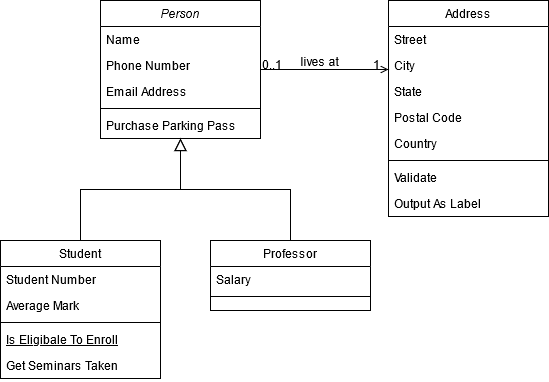
Earlier version of the draw.io export Untitled Diagram.png (chiefchiefon/OODPE). Source tidied: cells renumbered, new cells last; positions are measured from the earlier drawing's top-left corner, leaving out a move shared by most shapes.
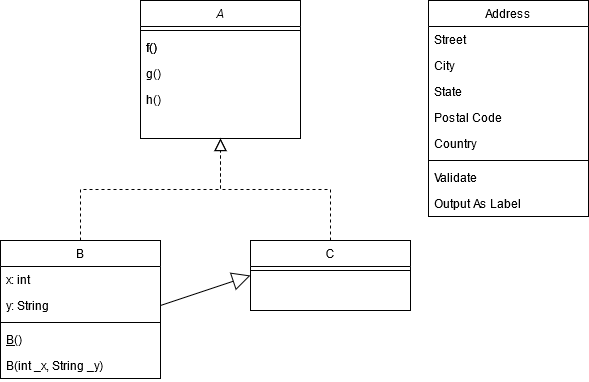
The same diagram one commit later.

Change to the diagram source:
```diff
@@ -2,55 +2,49 @@
   <root>
     <mxCell id="0" />
     <mxCell id="1" parent="0" />
-    <mxCell id="2" value="Person" style="swimlane;fontStyle=2;align=center;verticalAlign=top;horizontal=1;startSize=26;rounded=0;shadow=0;strokeWidth=1;" parent="1" vertex="1">
+    <mxCell id="2" value="A" style="swimlane;fontStyle=2;align=center;verticalAlign=top;horizontal=1;startSize=26;rounded=0;shadow=0;strokeWidth=1;" parent="1" vertex="1">
       <mxGeometry x="100" width="160" height="138" as="geometry" />
     </mxCell>
-    <mxCell id="3" value="Name" style="text;align=left;verticalAlign=top;spacingLeft=4;spacingRight=4;overflow=hidden;" parent="2" vertex="1">
-      <mxGeometry y="26" width="160" height="26" as="geometry" />
-    </mxCell>
-    <mxCell id="4" value="Phone Number" style="text;align=left;verticalAlign=top;spacingLeft=4;spacingRight=4;overflow=hidden;rounded=0;shadow=0;html=0;" parent="2" vertex="1">
-      <mxGeometry y="52" width="160" height="26" as="geometry" />
-    </mxCell>
-    <mxCell id="5" value="Email Address" style="text;align=left;verticalAlign=top;spacingLeft=4;spacingRight=4;overflow=hidden;rounded=0;shadow=0;html=0;" parent="2" vertex="1">
-      <mxGeometry y="78" width="160" height="26" as="geometry" />
-    </mxCell>
     <mxCell id="6" style="line;html=1;strokeWidth=1;align=left;verticalAlign=middle;spacingTop=-1;spacingLeft=3;spacingRight=3;labelPosition=right;" parent="2" vertex="1">
-      <mxGeometry y="104" width="160" height="8" as="geometry" />
+      <mxGeometry y="26" width="160" height="8" as="geometry" />
     </mxCell>
-    <mxCell id="7" value="Purchase Parking Pass" style="text;align=left;verticalAlign=top;spacingLeft=4;spacingRight=4;overflow=hidden;" parent="2" vertex="1">
-      <mxGeometry y="112" width="160" height="26" as="geometry" />
+    <mxCell id="7" value="f()" style="text;align=left;verticalAlign=top;spacingLeft=4;spacingRight=4;overflow=hidden;" parent="2" vertex="1">
+      <mxGeometry y="34" width="160" height="26" as="geometry" />
     </mxCell>
+    <mxCell id="32" value="g()" style="text;align=left;verticalAlign=top;spacingLeft=4;spacingRight=4;overflow=hidden;" parent="2" vertex="1">
+      <mxGeometry y="60" width="160" height="26" as="geometry" />
+    </mxCell>
+    <mxCell id="33" value="h()" style="text;align=left;verticalAlign=top;spacingLeft=4;spacingRight=4;overflow=hidden;" parent="2" vertex="1">
+      <mxGeometry y="86" width="160" height="26" as="geometry" />
+    </mxCell>
-    <mxCell id="8" value="Student" style="swimlane;fontStyle=0;align=center;verticalAlign=top;horizontal=1;startSize=26;rounded=0;shadow=0;strokeWidth=1;" parent="1" vertex="1">
-      <mxGeometry y="240" width="160" height="138" as="geometry" />
+    <mxCell id="8" value="B" style="swimlane;fontStyle=0;align=center;verticalAlign=top;horizontal=1;startSize=26;rounded=0;shadow=0;strokeWidth=1;" parent="1" vertex="1">
+      <mxGeometry x="-40" y="240" width="160" height="138" as="geometry" />
     </mxCell>
-    <mxCell id="9" value="Student Number" style="text;align=left;verticalAlign=top;spacingLeft=4;spacingRight=4;overflow=hidden;" parent="8" vertex="1">
+    <mxCell id="9" value="x: int" style="text;align=left;verticalAlign=top;spacingLeft=4;spacingRight=4;overflow=hidden;" parent="8" vertex="1">
       <mxGeometry y="26" width="160" height="26" as="geometry" />
     </mxCell>
-    <mxCell id="10" value="Average Mark" style="text;align=left;verticalAlign=top;spacingLeft=4;spacingRight=4;overflow=hidden;points=[[0,0.5],[1,0.5]];portConstraint=eastwest;rounded=0;shadow=0;html=0;" parent="8" vertex="1">
+    <mxCell id="10" value="y: String" style="text;align=left;verticalAlign=top;spacingLeft=4;spacingRight=4;overflow=hidden;points=[[0,0.5],[1,0.5]];portConstraint=eastwest;rounded=0;shadow=0;html=0;" parent="8" vertex="1">
       <mxGeometry y="52" width="160" height="26" as="geometry" />
     </mxCell>
     <mxCell id="11" style="line;html=1;strokeWidth=1;align=left;verticalAlign=middle;spacingTop=-1;spacingLeft=3;spacingRight=3;labelPosition=right;" parent="8" vertex="1">
       <mxGeometry y="78" width="160" height="8" as="geometry" />
     </mxCell>
-    <mxCell id="12" value="Is Eligibale To Enroll" style="text;align=left;verticalAlign=top;spacingLeft=4;spacingRight=4;overflow=hidden;fontStyle=4;" parent="8" vertex="1">
+    <mxCell id="12" value="B()" style="text;align=left;verticalAlign=top;spacingLeft=4;spacingRight=4;overflow=hidden;fontStyle=4;" parent="8" vertex="1">
       <mxGeometry y="86" width="160" height="26" as="geometry" />
     </mxCell>
-    <mxCell id="13" value="Get Seminars Taken" style="text;align=left;verticalAlign=top;spacingLeft=4;spacingRight=4;overflow=hidden;" parent="8" vertex="1">
+    <mxCell id="13" value="B(int _x, String _y)" style="text;align=left;verticalAlign=top;spacingLeft=4;spacingRight=4;overflow=hidden;" parent="8" vertex="1">
       <mxGeometry y="112" width="160" height="26" as="geometry" />
     </mxCell>
-    <mxCell id="14" style="endArrow=block;endSize=10;endFill=0;shadow=0;strokeWidth=1;rounded=0;edgeStyle=elbowEdgeStyle;elbow=vertical;" parent="1" edge="1" source="8" target="2">
+    <mxCell id="14" style="endArrow=block;endSize=10;endFill=0;shadow=0;strokeWidth=1;rounded=0;edgeStyle=elbowEdgeStyle;elbow=vertical;dashed=1;" parent="1" edge="1" source="8" target="2">
       <mxGeometry relative="1" as="geometry" />
     </mxCell>
-    <mxCell id="15" value="Professor" style="swimlane;fontStyle=0;align=center;verticalAlign=top;horizontal=1;startSize=26;rounded=0;shadow=0;strokeWidth=1;" parent="1" vertex="1">
+    <mxCell id="15" value="C" style="swimlane;fontStyle=0;align=center;verticalAlign=top;horizontal=1;startSize=26;rounded=0;shadow=0;strokeWidth=1;" parent="1" vertex="1">
       <mxGeometry x="210" y="240" width="160" height="70" as="geometry" />
     </mxCell>
-    <mxCell id="16" value="Salary" style="text;align=left;verticalAlign=top;spacingLeft=4;spacingRight=4;overflow=hidden;" parent="15" vertex="1">
-      <mxGeometry y="26" width="160" height="26" as="geometry" />
-    </mxCell>
     <mxCell id="17" style="line;html=1;strokeWidth=1;align=left;verticalAlign=middle;spacingTop=-1;spacingLeft=3;spacingRight=3;labelPosition=right;" parent="15" vertex="1">
-      <mxGeometry y="52" width="160" height="8" as="geometry" />
+      <mxGeometry y="26" width="160" height="8" as="geometry" />
     </mxCell>
-    <mxCell id="18" style="endArrow=block;endSize=10;endFill=0;shadow=0;strokeWidth=1;rounded=0;edgeStyle=elbowEdgeStyle;elbow=vertical;" parent="1" edge="1" source="15" target="2">
+    <mxCell id="18" style="endArrow=block;endSize=10;endFill=0;shadow=0;strokeWidth=1;rounded=0;edgeStyle=elbowEdgeStyle;elbow=vertical;dashed=1;" parent="1" edge="1" source="15" target="2">
       <mxGeometry relative="1" as="geometry" />
     </mxCell>
     <mxCell id="19" value="Address" style="swimlane;fontStyle=0;align=center;verticalAlign=top;horizontal=1;startSize=26;rounded=0;shadow=0;strokeWidth=1;" parent="1" vertex="1">
@@ -80,25 +74,11 @@
     <mxCell id="27" value="Output As Label" style="text;align=left;verticalAlign=top;spacingLeft=4;spacingRight=4;overflow=hidden;" parent="19" vertex="1">
       <mxGeometry y="190" width="160" height="26" as="geometry" />
     </mxCell>
-    <mxCell id="28" style="endArrow=open;shadow=0;strokeWidth=1;rounded=0;endFill=1;edgeStyle=elbowEdgeStyle;elbow=vertical;" parent="1" edge="1" source="2" target="19">
-      <mxGeometry x="0.5" y="41" relative="1" as="geometry">
-        <mxPoint x="-40" y="32" as="offset" />
-      </mxGeometry>
-    </mxCell>
-    <mxCell id="29" value="0..1" style="align=left;verticalAlign=bottom;labelBackgroundColor=none;fontSize=12;" parent="28" vertex="1">
-      <mxGeometry x="-1" relative="1" as="geometry">
-        <mxPoint y="4" as="offset" />
-      </mxGeometry>
-    </mxCell>
-    <mxCell id="30" value="1" style="align=right;verticalAlign=bottom;labelBackgroundColor=none;fontSize=12;" parent="28" vertex="1">
-      <mxGeometry x="1" relative="1" as="geometry">
-        <mxPoint x="-7" y="4" as="offset" />
-      </mxGeometry>
-    </mxCell>
-    <mxCell id="31" value="lives at" style="text;html=1;align=center;verticalAlign=middle;labelBackgroundColor=none;rounded=0;shadow=0;strokeWidth=1;fontSize=12;" parent="28" vertex="1">
-      <mxGeometry x="0.5" y="49" relative="1" as="geometry">
-        <mxPoint x="-38" y="40" as="offset" />
-      </mxGeometry>
-    </mxCell>
+    <mxCell id="34" value="f()" style="text;align=left;verticalAlign=top;spacingLeft=4;spacingRight=4;overflow=hidden;" parent="1" vertex="1">
+      <mxGeometry x="100" y="34" width="160" height="26" as="geometry" />
+    </mxCell>
+    <mxCell id="35" style="endArrow=block;endSize=16;endFill=0;html=1;exitX=1;exitY=0.5;exitDx=0;exitDy=0;entryX=0;entryY=0.5;entryDx=0;entryDy=0;" parent="1" edge="1" source="10" target="15">
+      <mxGeometry relative="1" as="geometry" />
+    </mxCell>
   </root>
 </mxGraphModel>
```
